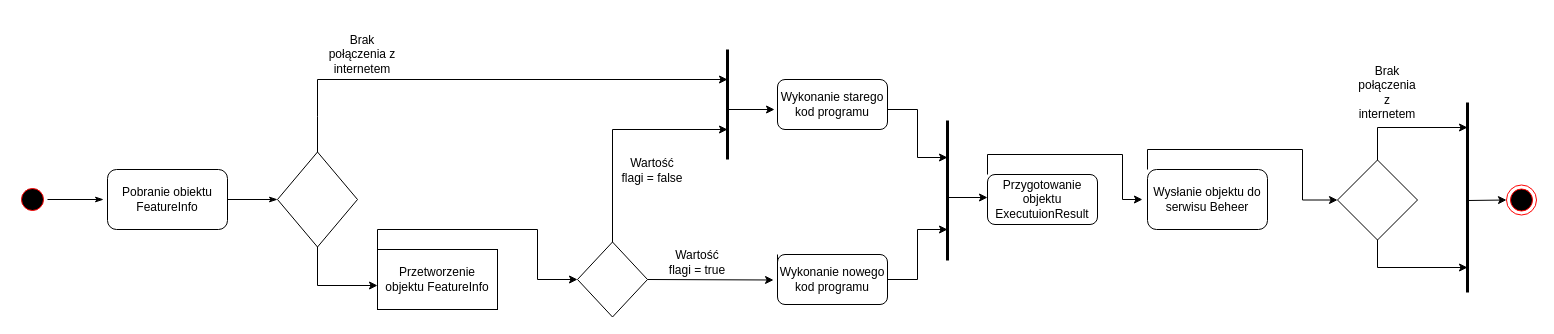
AdamSzr/Beheer keeps this draw.io diagram as Praca_Inzynierska/diagrams/activity_diag_for_software.drawio. Above is the earlier version. Source tidied: cells renumbered, new cells numbered last; positions are measured from the earlier drawing's top-left corner, leaving out a move shared by most shapes. Both pictures are drawn from the tidied source at 100%, with x=0, y=0 at pixel (17, 24).
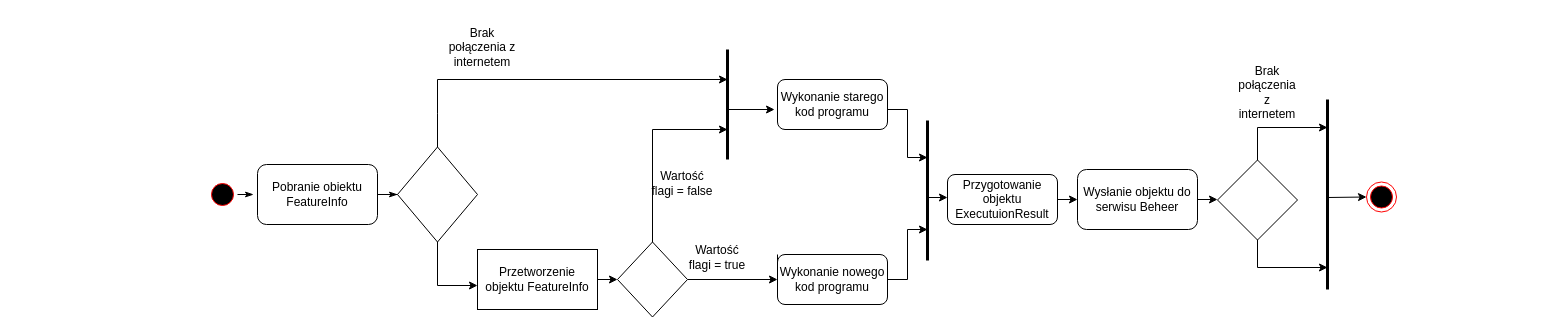
The same diagram, later.

Unchanged cells that the change refers to:
```xml
<mxCell id="14" value="Wykonanie nowego kod programu" style="rounded=1;whiteSpace=wrap;" parent="1" vertex="1">
  <mxGeometry x="760" y="230" width="110" height="50" as="geometry" />
</mxCell>
```

The edit, as a diff of the source:
```diff
@@
     <mxCell id="3" style="ellipse;shape=startState;fillColor=#000000;strokeColor=#ff0000;" parent="1" vertex="1">
-      <mxGeometry y="160" width="30" height="30" as="geometry" />
+      <mxGeometry x="190" y="155" width="30" height="30" as="geometry" />
     </mxCell>
     <mxCell id="4" style="edgeStyle=orthogonalEdgeStyle;rounded=0;orthogonalLoop=1;jettySize=auto;html=1;exitX=0;exitY=0;exitDx=0;exitDy=0;endArrow=classic;endFill=1;strokeWidth=1;" parent="1" edge="1">
       <mxGeometry relative="1" as="geometry">
         <mxPoint x="815" y="58" as="sourcePoint" />
-        <mxPoint x="930" y="133" as="targetPoint" />
+        <mxPoint x="910" y="133" as="targetPoint" />
         <Array as="points">
           <mxPoint x="815" y="85" />
-          <mxPoint x="900" y="85" />
-          <mxPoint x="900" y="133" />
+          <mxPoint x="890" y="85" />
+          <mxPoint x="890" y="133" />
         </Array>
       </mxGeometry>
     </mxCell>
@@
-    <mxCell id="6" style="edgeStyle=orthogonalEdgeStyle;rounded=0;jettySize=auto;html=1;exitX=0;exitY=0;exitDx=0;exitDy=0;entryX=-0.042;entryY=0.5;entryDx=0;entryDy=0;entryPerimeter=0;endArrow=classic;endFill=1;strokeWidth=1;" parent="1" edge="1" source="7" target="18">
+    <mxCell id="6" style="edgeStyle=orthogonalEdgeStyle;rounded=0;jettySize=auto;html=1;exitX=1;exitY=0.5;exitDx=0;exitDy=0;entryX=0;entryY=0.5;entryDx=0;entryDy=0;" parent="1" edge="1" source="7" target="18">
       <mxGeometry relative="1" as="geometry" />
     </mxCell>
     <mxCell id="7" value="Przygotowanie objektu ExecutuionResult" style="rounded=1;whiteSpace=wrap;" parent="1" vertex="1">
-      <mxGeometry x="970" y="150" width="110" height="50" as="geometry" />
+      <mxGeometry x="930" y="150" width="110" height="50" as="geometry" />
     </mxCell>
     <mxCell id="8" style="ellipse;shape=endState;fillColor=#000000;strokeColor=#ff0000;" parent="1" vertex="1">
-      <mxGeometry x="1489" y="160.5" width="30" height="30" as="geometry" />
+      <mxGeometry x="1349" y="157.5" width="30" height="30" as="geometry" />
     </mxCell>
@@
     <mxCell id="10" style="edgeStyle=orthogonalEdgeStyle;rounded=0;jettySize=auto;html=1;exitX=0.5;exitY=0;exitDx=0;exitDy=0;endArrow=none;endFill=0;strokeWidth=1;" parent="1" edge="1" source="12">
       <mxGeometry relative="1" as="geometry">
-        <mxPoint x="300" y="55" as="targetPoint" />
+        <mxPoint x="420" y="55" as="targetPoint" />
       </mxGeometry>
     </mxCell>
@@
     <mxCell id="12" style="rhombus;whiteSpace=wrap;html=1;rounded=0;" parent="1" vertex="1">
-      <mxGeometry x="260" y="127.5" width="80" height="95" as="geometry" />
+      <mxGeometry x="380" y="122.5" width="80" height="95" as="geometry" />
     </mxCell>
     <mxCell id="13" style="edgeStyle=orthogonalEdgeStyle;rounded=0;jettySize=auto;html=1;exitX=0;exitY=0;exitDx=0;exitDy=0;endArrow=classic;endFill=1;strokeWidth=1;" parent="1" edge="1" source="14">
       <mxGeometry relative="1" as="geometry">
-        <mxPoint x="930" y="205" as="targetPoint" />
+        <mxPoint x="910" y="205" as="targetPoint" />
         <Array as="points">
-          <mxPoint x="900" y="255" />
-          <mxPoint x="900" y="205" />
+          <mxPoint x="760" y="255" />
+          <mxPoint x="890" y="255" />
+          <mxPoint x="890" y="205" />
         </Array>
       </mxGeometry>
     </mxCell>
@@
     <mxCell id="15" style="edgeStyle=orthogonalEdgeStyle;rounded=0;jettySize=auto;html=1;exitX=0.5;exitY=0;exitDx=0;exitDy=0;endArrow=classic;endFill=1;strokeWidth=1;" parent="1" edge="1" source="16">
       <mxGeometry relative="1" as="geometry">
         <mxPoint x="710" y="105" as="targetPoint" />
         <Array as="points">
-          <mxPoint x="595" y="105" />
+          <mxPoint x="635" y="105" />
         </Array>
       </mxGeometry>
     </mxCell>
+    <mxCell id="39" style="edgeStyle=orthogonalEdgeStyle;rounded=0;jettySize=auto;html=1;exitX=1;exitY=0.5;exitDx=0;exitDy=0;entryX=0;entryY=0.5;entryDx=0;entryDy=0;" parent="1" edge="1" source="16" target="14">
+      <mxGeometry relative="1" as="geometry" />
+    </mxCell>
     <mxCell id="16" style="rhombus;whiteSpace=wrap;html=1;rounded=0;" parent="1" vertex="1">
-      <mxGeometry x="560" y="217.5" width="70" height="75" as="geometry" />
+      <mxGeometry x="600" y="217.5" width="70" height="75" as="geometry" />
     </mxCell>
-    <mxCell id="17" style="edgeStyle=orthogonalEdgeStyle;rounded=0;jettySize=auto;html=1;exitX=0;exitY=0;exitDx=0;exitDy=0;endArrow=classic;endFill=1;strokeWidth=1;" parent="1" edge="1" source="18" target="23">
+    <mxCell id="17" style="edgeStyle=orthogonalEdgeStyle;rounded=0;jettySize=auto;html=1;exitX=1;exitY=0.5;exitDx=0;exitDy=0;entryX=0;entryY=0.5;entryDx=0;entryDy=0;" parent="1" edge="1" source="18" target="23">
       <mxGeometry relative="1" as="geometry" />
     </mxCell>
     <mxCell id="18" value="Wysłanie objektu do serwisu Beheer" style="rounded=1;whiteSpace=wrap;html=1;" parent="1" vertex="1">
-      <mxGeometry x="1130" y="145" width="120" height="60" as="geometry" />
+      <mxGeometry x="1060" y="145" width="120" height="60" as="geometry" />
     </mxCell>
     <mxCell id="19" value="Brak połączenia z internetem" style="text;html=1;strokeColor=none;fillColor=none;align=center;verticalAlign=middle;whiteSpace=wrap;rounded=0;" parent="1" vertex="1">
-      <mxGeometry x="310" width="70" height="60" as="geometry" />
+      <mxGeometry x="430" y="-7" width="70" height="60" as="geometry" />
     </mxCell>
     <mxCell id="20" value="&lt;span&gt;Pobranie obiektu FeatureInfo&lt;/span&gt;" style="rounded=1;whiteSpace=wrap;html=1;" parent="1" vertex="1">
-      <mxGeometry x="90" y="145" width="120" height="60" as="geometry" />
+      <mxGeometry x="240" y="140" width="120" height="60" as="geometry" />
     </mxCell>
     <mxCell id="21" value="Brak połączenia z internetem" style="text;html=1;strokeColor=none;fillColor=none;align=center;verticalAlign=middle;whiteSpace=wrap;rounded=0;" parent="1" vertex="1">
-      <mxGeometry x="1340" y="53" width="60" height="30" as="geometry" />
+      <mxGeometry x="1220" y="53" width="60" height="30" as="geometry" />
     </mxCell>
     <mxCell id="22" style="edgeStyle=orthogonalEdgeStyle;rounded=0;jettySize=auto;html=1;exitX=0.5;exitY=0;exitDx=0;exitDy=0;strokeWidth=1;endArrow=none;endFill=0;" parent="1" edge="1" source="23">
       <mxGeometry relative="1" as="geometry">
-        <mxPoint x="1360" y="103" as="targetPoint" />
+        <mxPoint x="1240" y="103" as="targetPoint" />
       </mxGeometry>
     </mxCell>
     <mxCell id="23" style="rhombus;whiteSpace=wrap;html=1;rounded=0;" parent="1" vertex="1">
-      <mxGeometry x="1320" y="135.5" width="80" height="80" as="geometry" />
+      <mxGeometry x="1200" y="135.5" width="80" height="80" as="geometry" />
     </mxCell>
-    <mxCell id="24" style="edgeStyle=orthogonalEdgeStyle;rounded=0;jettySize=auto;html=1;exitX=0;exitY=0;exitDx=0;exitDy=0;entryX=0;entryY=0.5;entryDx=0;entryDy=0;endArrow=classic;endFill=1;strokeWidth=1;" parent="1" edge="1" source="25" target="16">
+    <mxCell id="24" style="edgeStyle=orthogonalEdgeStyle;rounded=0;jettySize=auto;html=1;exitX=1;exitY=0.5;exitDx=0;exitDy=0;entryX=0;entryY=0.5;entryDx=0;entryDy=0;" parent="1" edge="1" source="25" target="16">
       <mxGeometry relative="1" as="geometry" />
     </mxCell>
     <mxCell id="25" value="&lt;span&gt;Przetworzenie objektu FeatureInfo&lt;/span&gt;" style="rounded=0;whiteSpace=wrap;html=1;" parent="1" vertex="1">
-      <mxGeometry x="360" y="225" width="120" height="60" as="geometry" />
+      <mxGeometry x="460" y="225" width="120" height="60" as="geometry" />
     </mxCell>
@@
     <mxCell id="27" style="endArrow=none;html=1;rounded=0;strokeWidth=3;" parent="1" edge="1">
       <mxGeometry relative="1" as="geometry">
-        <mxPoint x="1450" y="268" as="sourcePoint" />
-        <mxPoint x="1450" y="78" as="targetPoint" />
+        <mxPoint x="1310" y="265" as="sourcePoint" />
+        <mxPoint x="1310" y="75" as="targetPoint" />
       </mxGeometry>
     </mxCell>
     <mxCell id="28" style="endArrow=classic;html=1;rounded=0;strokeWidth=1;" parent="1" edge="1">
       <mxGeometry relative="1" as="geometry">
-        <mxPoint x="1360" y="103" as="sourcePoint" />
-        <mxPoint x="1450" y="103" as="targetPoint" />
+        <mxPoint x="1240" y="103" as="sourcePoint" />
+        <mxPoint x="1310" y="103" as="targetPoint" />
       </mxGeometry>
     </mxCell>
     <mxCell id="29" style="endArrow=none;html=1;rounded=0;strokeWidth=1;entryX=0.5;entryY=1;entryDx=0;entryDy=0;" parent="1" edge="1" target="23">
       <mxGeometry relative="1" as="geometry">
-        <mxPoint x="1360" y="243" as="sourcePoint" />
+        <mxPoint x="1240" y="243" as="sourcePoint" />
       </mxGeometry>
     </mxCell>
     <mxCell id="30" style="endArrow=classic;html=1;rounded=0;strokeWidth=1;" parent="1" edge="1">
       <mxGeometry relative="1" as="geometry">
-        <mxPoint x="1360" y="243" as="sourcePoint" />
-        <mxPoint x="1450" y="243" as="targetPoint" />
+        <mxPoint x="1240" y="243" as="sourcePoint" />
+        <mxPoint x="1310" y="243" as="targetPoint" />
       </mxGeometry>
     </mxCell>
     <mxCell id="31" style="endArrow=classic;html=1;rounded=0;strokeWidth=1;entryX=0;entryY=0.5;entryDx=0;entryDy=0;" parent="1" edge="1" target="8">
       <mxGeometry relative="1" as="geometry">
-        <mxPoint x="1450" y="176" as="sourcePoint" />
+        <mxPoint x="1310" y="173" as="sourcePoint" />
       </mxGeometry>
     </mxCell>
     <mxCell id="32" style="endArrow=classic;html=1;rounded=0;strokeWidth=1;" parent="1" edge="1">
       <mxGeometry relative="1" as="geometry">
-        <mxPoint x="300" y="55" as="sourcePoint" />
+        <mxPoint x="420" y="55" as="sourcePoint" />
         <mxPoint x="710" y="55" as="targetPoint" />
       </mxGeometry>
     </mxCell>
@@
     <mxCell id="34" value="Wartość flagi = false" style="text;html=1;strokeColor=none;fillColor=none;align=center;verticalAlign=middle;whiteSpace=wrap;rounded=0;" parent="1" vertex="1">
-      <mxGeometry x="600" y="132.5" width="70" height="27.5" as="geometry" />
+      <mxGeometry x="630" y="145" width="70" height="27.5" as="geometry" />
     </mxCell>
-    <mxCell id="35" style="endArrow=classic;html=1;rounded=0;strokeWidth=1;entryX=-0.036;entryY=0.51;entryDx=0;entryDy=0;entryPerimeter=0;" parent="1" edge="1" target="14">
-      <mxGeometry relative="1" as="geometry">
-        <mxPoint x="630" y="255" as="sourcePoint" />
-      </mxGeometry>
-    </mxCell>
     <mxCell id="36" value="Wartość flagi = true" style="text;html=1;strokeColor=none;fillColor=none;align=center;verticalAlign=middle;whiteSpace=wrap;rounded=0;" parent="1" vertex="1">
-      <mxGeometry x="650" y="222.5" width="60" height="30" as="geometry" />
+      <mxGeometry x="670" y="217.5" width="60" height="30" as="geometry" />
     </mxCell>
     <mxCell id="37" style="endArrow=none;html=1;rounded=0;strokeWidth=3;" parent="1" edge="1">
       <mxGeometry relative="1" as="geometry">
-        <mxPoint x="930" y="236" as="sourcePoint" />
-        <mxPoint x="930" y="96" as="targetPoint" />
+        <mxPoint x="910" y="236" as="sourcePoint" />
+        <mxPoint x="910" y="96" as="targetPoint" />
       </mxGeometry>
     </mxCell>
     <mxCell id="38" style="endArrow=classic;html=1;rounded=0;strokeWidth=1;" parent="1" edge="1">
       <mxGeometry relative="1" as="geometry">
-        <mxPoint x="930" y="173" as="sourcePoint" />
-        <mxPoint x="970" y="173" as="targetPoint" />
+        <mxPoint x="910" y="173" as="sourcePoint" />
+        <mxPoint x="930" y="173" as="targetPoint" />
       </mxGeometry>
     </mxCell>
```
